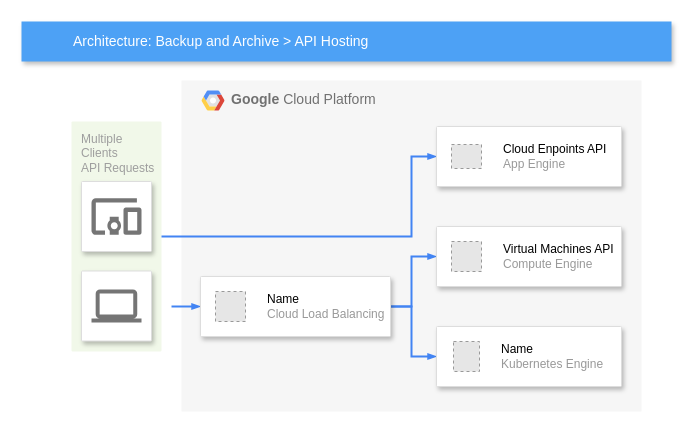
Earlier version of the draw.io diagram diagrams/Architecture.drawio (abhiiiiiiijit/usa_customer_shopping_trends). Source tidied: cells renumbered, new cells numbered last; positions are measured from the earlier drawing's top-left corner, leaving out a move shared by most shapes. Both pictures are drawn from the tidied source at 100%, with x=0, y=0 at pixel (21, 21). Pictures stored in the file or linked from it are replaced by grey dashed boxes.
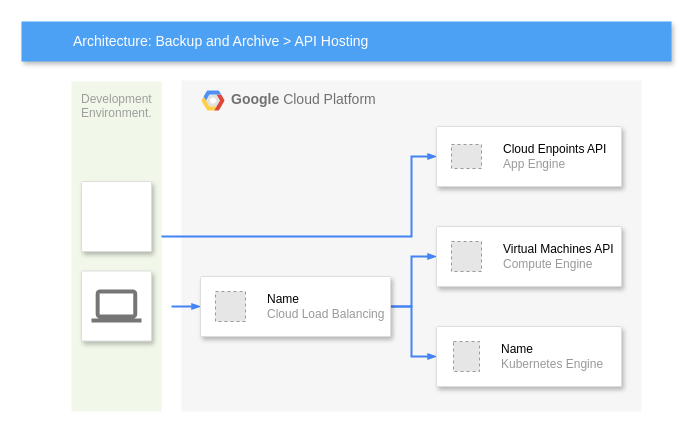
After the change.

Unchanged cells that the change refers to:
```xml
<mxCell id="7" style="strokeColor=#dddddd;fillColor=#ffffff;shadow=1;strokeWidth=1;rounded=1;absoluteArcSize=1;arcSize=2;labelPosition=center;verticalLabelPosition=middle;align=center;verticalAlign=bottom;spacingLeft=0;fontColor=#999999;fontSize=12;whiteSpace=wrap;spacingBottom=2;html=1;" parent="1" vertex="1">
  <mxGeometry x="60" y="160" width="70" height="70" as="geometry" />
</mxCell>
```

Diff of the diagram source:
```diff
@@
-    <mxCell id="4" value="Multiple&lt;br&gt;Clients&lt;br&gt;API Requests&lt;br&gt;" style="rounded=1;absoluteArcSize=1;arcSize=2;html=1;strokeColor=none;gradientColor=none;shadow=0;dashed=0;fontSize=12;fontColor=#9E9E9E;align=left;verticalAlign=top;spacing=10;spacingTop=-4;fillColor=#F1F8E9;" parent="1" vertex="1">
-      <mxGeometry x="50" y="100" width="90" height="230" as="geometry" />
+    <mxCell id="4" value="Development&lt;div&gt;Environment.&lt;/div&gt;" style="rounded=1;absoluteArcSize=1;arcSize=2;html=1;strokeColor=none;gradientColor=none;shadow=0;dashed=0;fontSize=12;fontColor=#9E9E9E;align=left;verticalAlign=top;spacing=10;spacingTop=-4;fillColor=#F1F8E9;" parent="1" vertex="1">
+      <mxGeometry x="50" y="60" width="90" height="330" as="geometry" />
     </mxCell>
@@
-    <mxCell id="8" style="dashed=0;html=1;fillColor=#757575;strokeColor=none;shape=mxgraph.gcp2.mobile_devices;" parent="7" vertex="1">
-      <mxGeometry x="0.5" width="50" height="36.5" relative="1" as="geometry">
-        <mxPoint x="-25" y="16.8" as="offset" />
-      </mxGeometry>
-    </mxCell>
```
